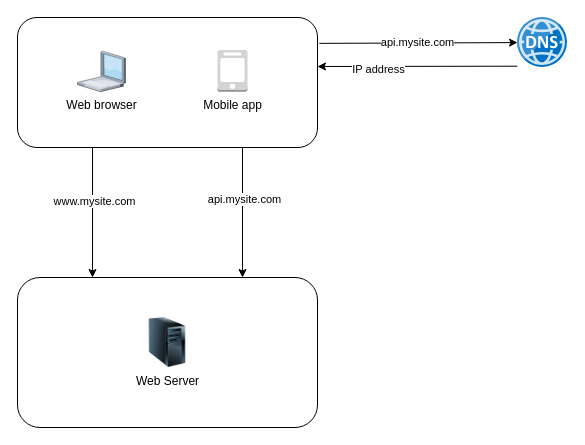
Before: system-design-interview/scale-from-zero-to-million.dio in codesandtags/the-architects-journey, a draw.io diagram. Source tidied: cells renumbered, new cells numbered last; positions are measured from the earlier drawing's top-left corner, leaving out a move shared by most shapes. Both pictures are drawn from the tidied source at 100%, with x=0, y=0 at pixel (17, 17).
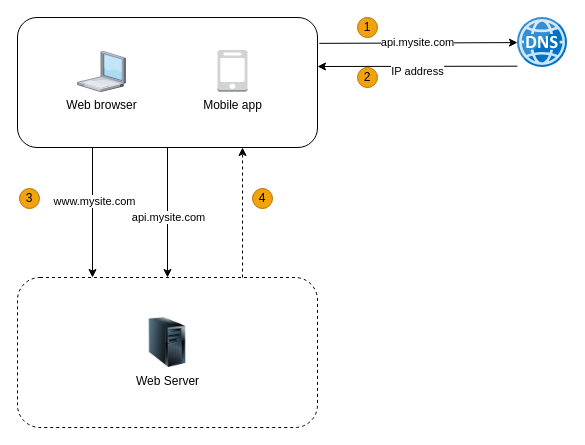
The same diagram, later.

Unchanged cells that the change refers to:
```xml
<mxCell id="3" style="rounded=1;whiteSpace=wrap;html=1;align=left;" parent="2" vertex="1">
  <mxGeometry width="300" height="130" as="geometry" />
</mxCell>
<mxCell id="13" style="edgeStyle=none;html=1;exitX=-0.003;exitY=0.974;exitDx=0;exitDy=0;exitPerimeter=0;" parent="1" edge="1" source="15">
  <mxGeometry relative="1" as="geometry">
    <mxPoint x="300" y="49" as="targetPoint" />
  </mxGeometry>
</mxCell>
```

What changed in the source:
```diff
@@
-    <mxCell id="6" style="group;" parent="1" vertex="1">
-      <mxGeometry y="260" width="300" height="150" as="geometry" />
-    </mxCell>
-    <mxCell id="7" style="rounded=1;whiteSpace=wrap;html=1;" parent="6" vertex="1">
-      <mxGeometry width="300" height="150" as="geometry" />
-    </mxCell>
-    <mxCell id="8" value="Web Server" style="image;html=1;image=img/lib/clip_art/computers/Server_Tower_128x128.png;" parent="6" vertex="1">
-      <mxGeometry x="119.5" y="40" width="60.9" height="50" as="geometry" />
-    </mxCell>
@@
-    <mxCell id="11" style="edgeStyle=none;html=1;entryX=0.75;entryY=0;entryDx=0;entryDy=0;exitX=0.75;exitY=1;exitDx=0;exitDy=0;" parent="1" edge="1" source="3" target="7">
+    <mxCell id="11" style="edgeStyle=none;html=1;entryX=0.5;entryY=0;entryDx=0;entryDy=0;exitX=0.5;exitY=1;exitDx=0;exitDy=0;" parent="1" edge="1" source="3" target="7">
       <mxGeometry relative="1" as="geometry" />
     </mxCell>
     <mxCell id="12" value="api.mysite.com" style="edgeLabel;html=1;align=center;verticalAlign=middle;" parent="11" vertex="1">
-      <mxGeometry x="-0.21" y="1" relative="1" as="geometry" />
+      <mxGeometry x="-0.21" y="1" relative="1" as="geometry">
+        <mxPoint x="-1" y="18" as="offset" />
+      </mxGeometry>
     </mxCell>
@@
     <mxCell id="14" value="IP address" style="edgeLabel;html=1;align=center;verticalAlign=middle;" parent="13" vertex="1">
-      <mxGeometry x="0.39" y="3" relative="1" as="geometry" />
+      <mxGeometry x="0.39" y="3" relative="1" as="geometry">
+        <mxPoint x="39" y="2" as="offset" />
+      </mxGeometry>
     </mxCell>
@@
+    <mxCell id="6" style="group;" parent="1" vertex="1">
+      <mxGeometry y="260" width="300" height="150" as="geometry" />
+    </mxCell>
+    <mxCell id="7" style="rounded=1;whiteSpace=wrap;html=1;dashed=1;" parent="6" vertex="1">
+      <mxGeometry width="300" height="150" as="geometry" />
+    </mxCell>
+    <mxCell id="8" value="Web Server" style="image;html=1;image=img/lib/clip_art/computers/Server_Tower_128x128.png;" parent="6" vertex="1">
+      <mxGeometry x="119.5" y="40" width="60.9" height="50" as="geometry" />
+    </mxCell>
+    <mxCell id="18" value="1" style="ellipse;whiteSpace=wrap;html=1;rounded=0;labelBackgroundColor=none;labelBorderColor=none;strokeColor=#BD7000;fillColor=#f0a30a;fontColor=#000000;" parent="1" vertex="1">
+      <mxGeometry x="340" width="20" height="20" as="geometry" />
+    </mxCell>
+    <mxCell id="19" value="2" style="ellipse;whiteSpace=wrap;html=1;rounded=0;labelBackgroundColor=none;labelBorderColor=none;strokeColor=#BD7000;fillColor=#f0a30a;fontColor=#000000;" parent="1" vertex="1">
+      <mxGeometry x="340" y="50" width="20" height="20" as="geometry" />
+    </mxCell>
+    <mxCell id="20" value="3" style="ellipse;whiteSpace=wrap;html=1;rounded=0;labelBackgroundColor=none;labelBorderColor=none;strokeColor=#BD7000;fillColor=#f0a30a;fontColor=#000000;" parent="1" vertex="1">
+      <mxGeometry x="2" y="171" width="20" height="20" as="geometry" />
+    </mxCell>
+    <mxCell id="21" style="edgeStyle=none;html=1;entryX=0.75;entryY=1;entryDx=0;entryDy=0;exitX=0.75;exitY=0;exitDx=0;exitDy=0;dashed=1;" parent="1" edge="1" source="7" target="3">
+      <mxGeometry relative="1" as="geometry" />
+    </mxCell>
+    <mxCell id="22" value="4" style="ellipse;whiteSpace=wrap;html=1;rounded=0;labelBackgroundColor=none;labelBorderColor=none;strokeColor=#BD7000;fillColor=#f0a30a;fontColor=#000000;" parent="1" vertex="1">
+      <mxGeometry x="235" y="171" width="20" height="20" as="geometry" />
+    </mxCell>
```
